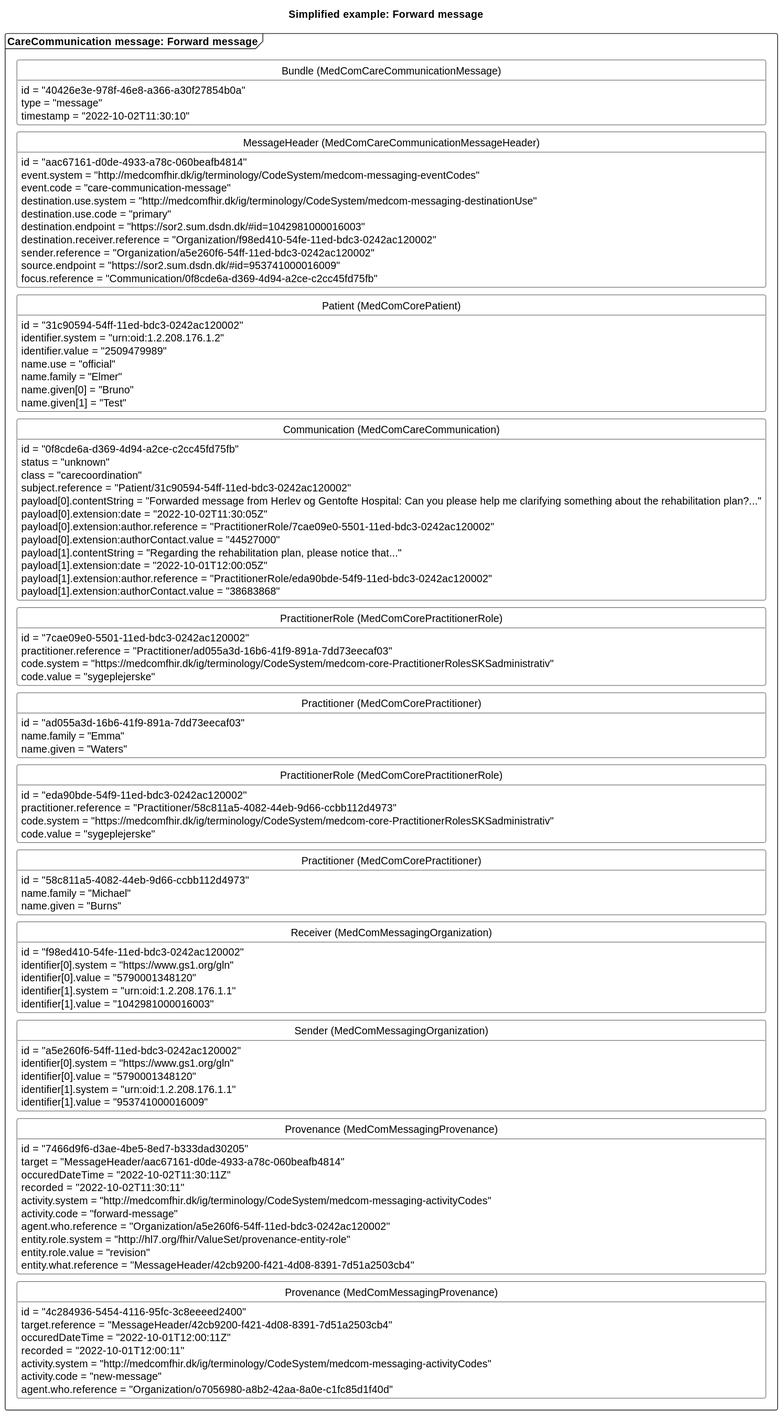
The PlantUML diagram input/images/carecommunication/CCForwardMessage2.svg in medcomdk/dk-medcom-carecommunication, before a commit.
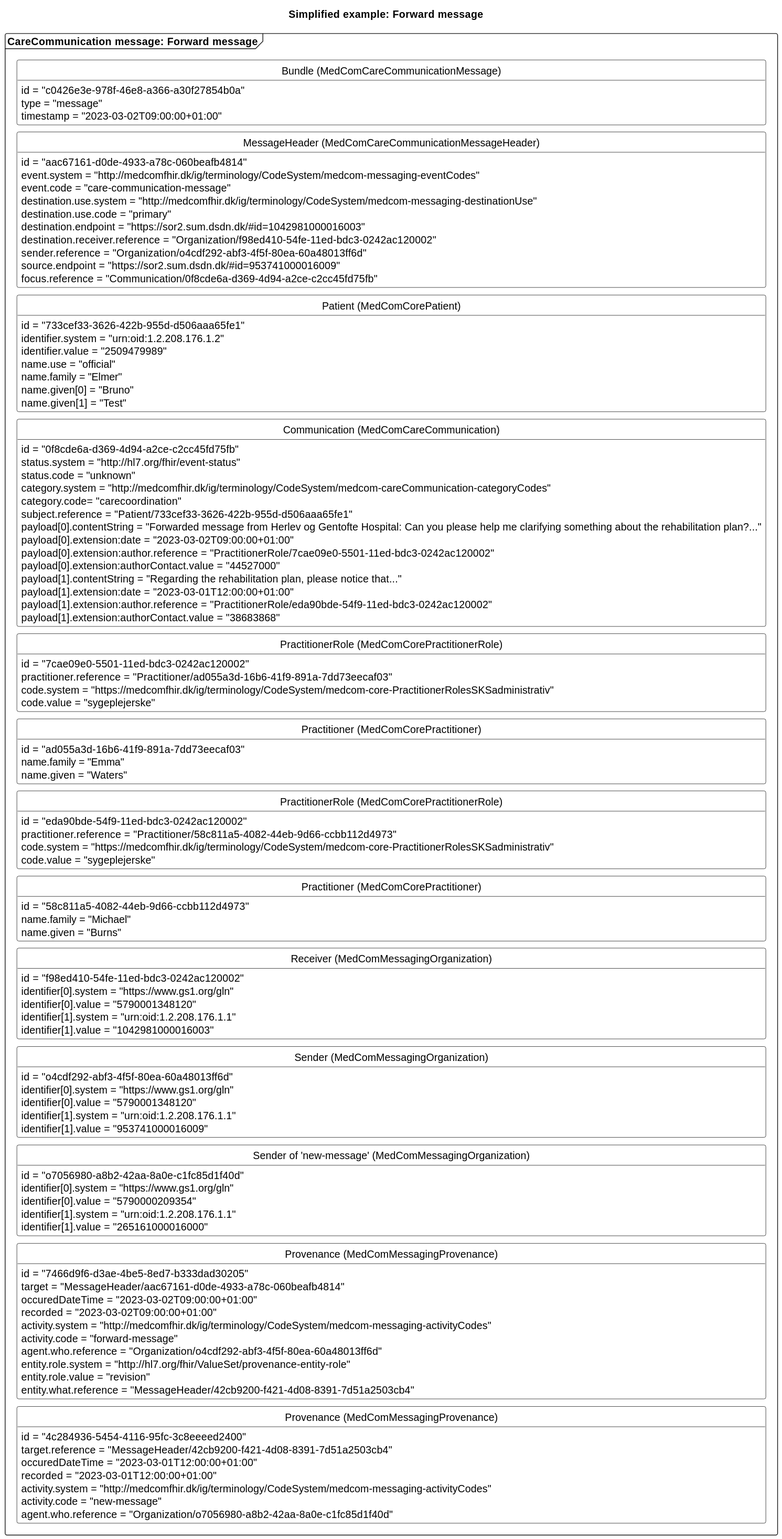
The same diagram one commit later.

What changed in the source:
```diff
@@ -15,9 +15,9 @@
 
 package "CareCommunication message: Forward message" as forward <<Frame>>{
     class "Bundle (MedComCareCommunicationMessage)" as forwardB {
-        id = "40426e3e-978f-46e8-a366-a30f27854b0a"
+        id = "c0426e3e-978f-46e8-a366-a30f27854b0a"
         type = "message"
-        timestamp = "2022-10-02T11:30:10"
+        timestamp = "2023-03-02T09:00:00+01:00"
     }
     class "MessageHeader (MedComCareCommunicationMessageHeader)" as forwardMH{
         id = "aac67161-d0de-4933-a78c-060beafb4814"
@@ -27,12 +27,12 @@
         destination.use.code = "primary"
         destination.endpoint = "https://sor2.sum.dsdn.dk/#id=1042981000016003"
         destination.receiver.reference = "Organization/f98ed410-54fe-11ed-bdc3-0242ac120002"
-        sender.reference = "Organization/a5e260f6-54ff-11ed-bdc3-0242ac120002"
+        sender.reference = "Organization/o4cdf292-abf3-4f5f-80ea-60a48013ff6d"
         source.endpoint = "https://sor2.sum.dsdn.dk/#id=953741000016009"
         focus.reference = "Communication/0f8cde6a-d369-4d94-a2ce-c2cc45fd75fb"
     }
     class "Patient (MedComCorePatient)" as forwardPT{
-        id = "31c90594-54ff-11ed-bdc3-0242ac120002"
+        id = "733cef33-3626-422b-955d-d506aaa65fe1"
         identifier.system = "urn:oid:1.2.208.176.1.2"
         identifier.value = "2509479989"
         name.use = "official"
@@ -42,15 +42,17 @@
     }
     class "Communication (MedComCareCommunication)" as forwardCom{
         id = "0f8cde6a-d369-4d94-a2ce-c2cc45fd75fb"
-        status = "unknown"
-        class = "carecoordination"
-        subject.reference = "Patient/31c90594-54ff-11ed-bdc3-0242ac120002"
+        status.system = "http://hl7.org/fhir/event-status"
+        status.code = "unknown"
+        category.system = "http://medcomfhir.dk/ig/terminology/CodeSystem/medcom-careCommunication-categoryCodes"
+        category.code= "carecoordination"
+        subject.reference = "Patient/733cef33-3626-422b-955d-d506aaa65fe1"
         payload[0].contentString = "Forwarded message from Herlev og Gentofte Hospital: Can you please help me clarifying something about the rehabilitation plan?..."
-        payload[0].extension:date = "2022-10-02T11:30:05Z"
+        payload[0].extension:date = "2023-03-02T09:00:00+01:00"
         payload[0].extension:author.reference = "PractitionerRole/7cae09e0-5501-11ed-bdc3-0242ac120002"
         payload[0].extension:authorContact.value = "44527000"
         payload[1].contentString = "Regarding the rehabilitation plan, please notice that..."
-        payload[1].extension:date = "2022-10-01T12:00:05Z"
+        payload[1].extension:date = "2023-03-01T12:00:00+01:00"
         payload[1].extension:author.reference = "PractitionerRole/eda90bde-54f9-11ed-bdc3-0242ac120002"
         payload[1].extension:authorContact.value = "38683868"
     }
@@ -84,20 +86,27 @@
         identifier[1].value = "1042981000016003"
     }
     class "Sender (MedComMessagingOrganization)" as forwardSOrg{
-        id = "a5e260f6-54ff-11ed-bdc3-0242ac120002"
+        id = "o4cdf292-abf3-4f5f-80ea-60a48013ff6d"
         identifier[0].system = "https://www.gs1.org/gln"
         identifier[0].value = "5790001348120"
         identifier[1].system = "urn:oid:1.2.208.176.1.1"
         identifier[1].value = "953741000016009"
     }
+    class "Sender of 'new-message' (MedComMessagingOrganization)" as senderOrg{
+        id = "o7056980-a8b2-42aa-8a0e-c1fc85d1f40d"
+        identifier[0].system = "https://www.gs1.org/gln"
+        identifier[0].value = "5790000209354"
+        identifier[1].system = "urn:oid:1.2.208.176.1.1"
+        identifier[1].value = "265161000016000"
+    }
     class "Provenance (MedComMessagingProvenance)" as forwardPRO{
         id = "7466d9f6-d3ae-4be5-8ed7-b333dad30205"
         target = "MessageHeader/aac67161-d0de-4933-a78c-060beafb4814"
-        occuredDateTime = "2022-10-02T11:30:11Z"
-        recorded = "2022-10-02T11:30:11"
+        occuredDateTime = "2023-03-02T09:00:00+01:00"
+        recorded = "2023-03-02T09:00:00+01:00"
         activity.system = "http://medcomfhir.dk/ig/terminology/CodeSystem/medcom-messaging-activityCodes"
         activity.code = "forward-message"
-        agent.who.reference = "Organization/a5e260f6-54ff-11ed-bdc3-0242ac120002"
+        agent.who.reference = "Organization/o4cdf292-abf3-4f5f-80ea-60a48013ff6d"
         entity.role.system = "http://hl7.org/fhir/ValueSet/provenance-entity-role"
         entity.role.value = "revision"
         entity.what.reference = "MessageHeader/42cb9200-f421-4d08-8391-7d51a2503cb4"
@@ -105,8 +114,8 @@
     class "Provenance (MedComMessagingProvenance)" as newPRO{
         id = "4c284936-5454-4116-95fc-3c8eeeed2400"
         target.reference = "MessageHeader/42cb9200-f421-4d08-8391-7d51a2503cb4"
-        occuredDateTime = "2022-10-01T12:00:11Z"
-        recorded = "2022-10-01T12:00:11"
+        occuredDateTime = "2023-03-01T12:00:00+01:00"
+        recorded = "2023-03-01T12:00:00+01:00"
         activity.system = "http://medcomfhir.dk/ig/terminology/CodeSystem/medcom-messaging-activityCodes"
         activity.code = "new-message"
         agent.who.reference = "Organization/o7056980-a8b2-42aa-8a0e-c1fc85d1f40d"
@@ -121,7 +130,8 @@
 newPracR-[hidden]-newPrac
 newPrac-[hidden]-forwardROrg
 forwardROrg-[hidden]- forwardSOrg
-forwardSOrg-[hidden]-forwardPRO
+forwardSOrg-[hidden]-senderOrg
+senderOrg-[hidden]-forwardPRO
 forwardPRO-[hidden]-newPRO
 
 
```
